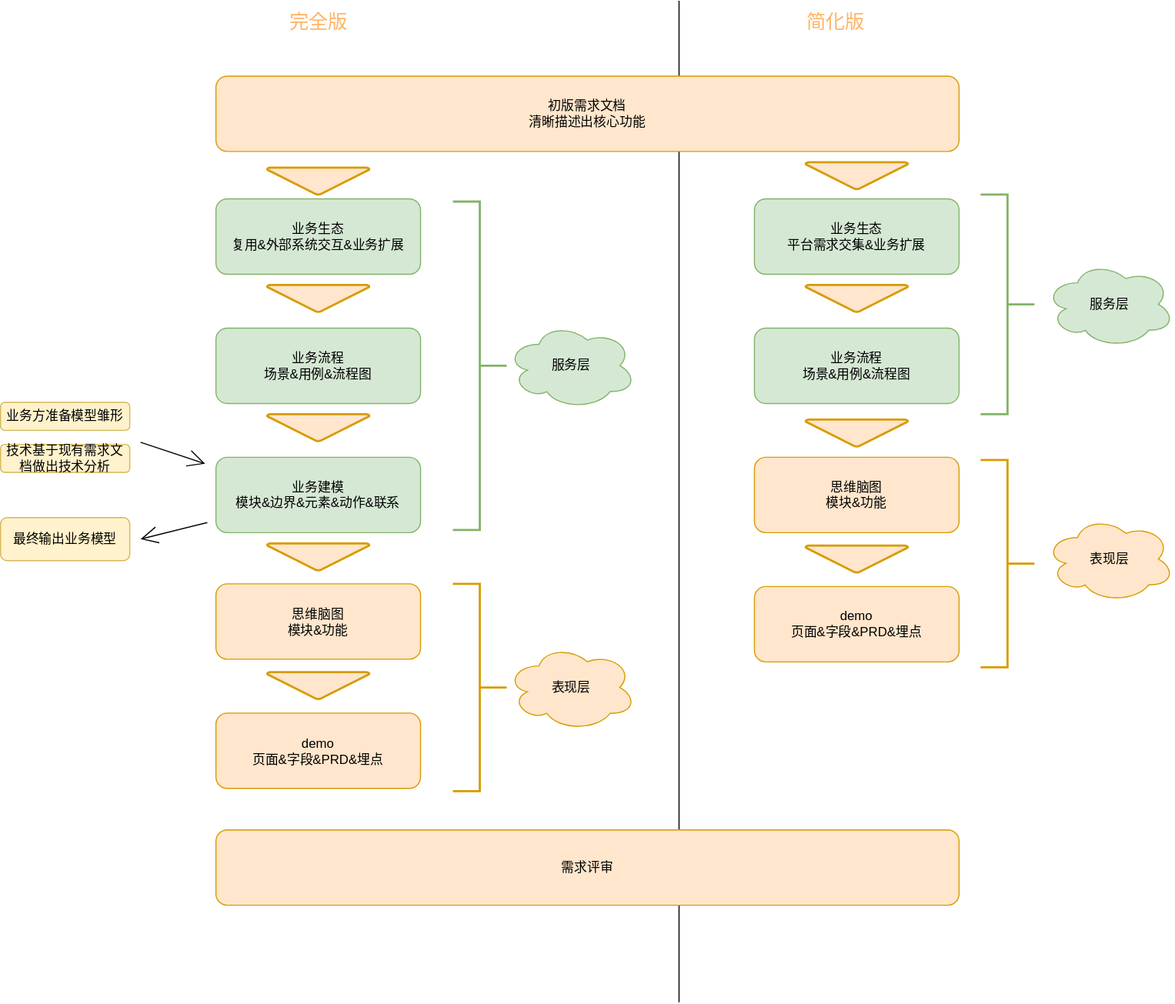
The draw.io diagram ddm.drawio.svg in fsdmp/diagrams, before a commit. Source tidied: cells renumbered, new cells last; positions are measured from the earlier drawing's top-left corner, leaving out a move shared by most shapes.
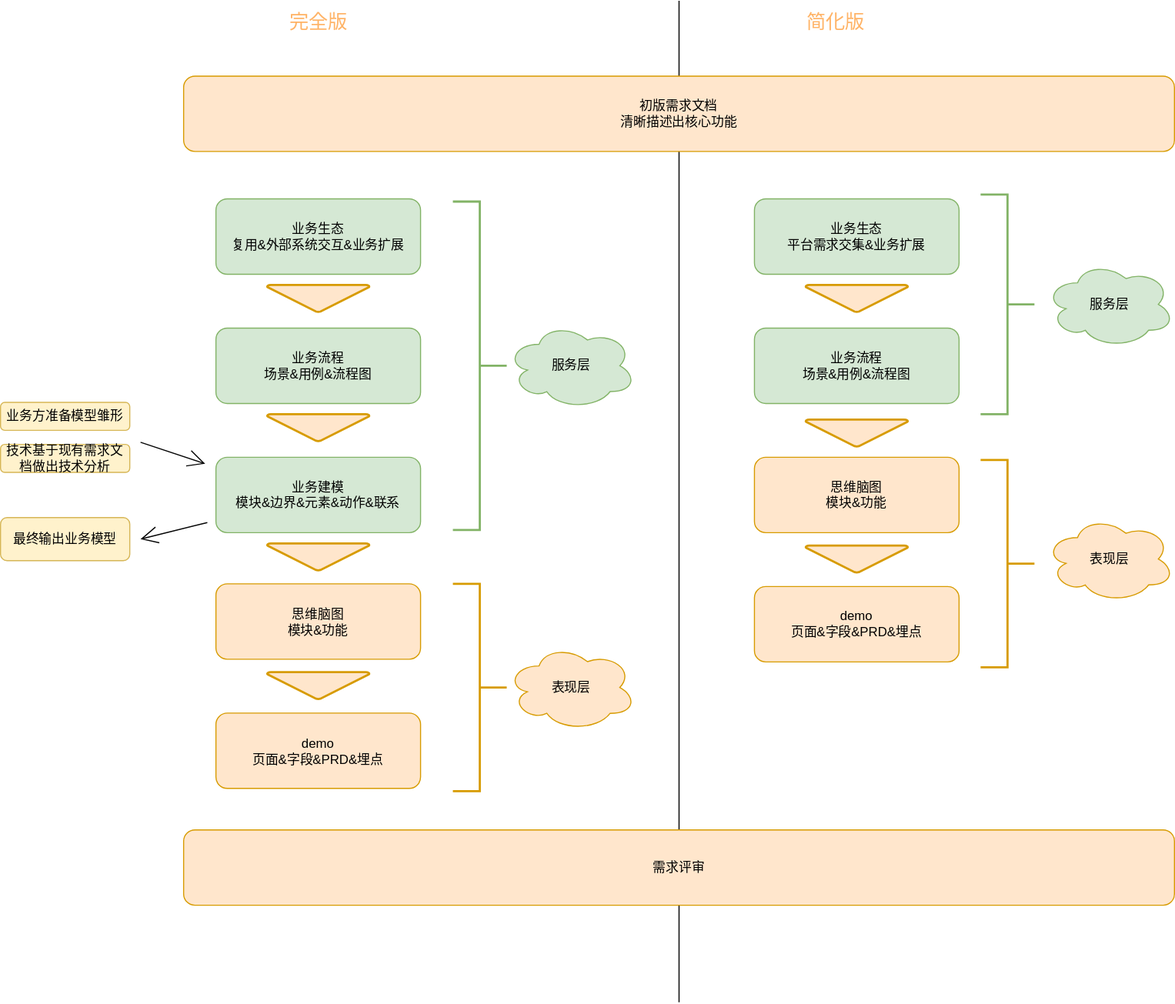
After the change.

Change to the diagram source:
```diff
@@ -92,14 +92,8 @@
       <mxGeometry x="910" y="180" width="50" height="204" as="geometry" />
     </mxCell>
     <mxCell id="30" value="初版需求文档&lt;br&gt;清晰描述出核心功能&lt;br&gt;" style="rounded=1;whiteSpace=wrap;html=1;hachureGap=4;fillColor=#ffe6cc;strokeColor=#d79b00;" parent="1" vertex="1">
-      <mxGeometry x="200" y="70" width="690" height="70" as="geometry" />
+      <mxGeometry x="170" y="70" width="920" height="70" as="geometry" />
     </mxCell>
-    <mxCell id="31" style="strokeWidth=2;html=1;shape=mxgraph.flowchart.merge_or_storage;whiteSpace=wrap;hachureGap=4;fillColor=#ffe6cc;strokeColor=#d79b00;" parent="1" vertex="1">
-      <mxGeometry x="247.5" y="155" width="95" height="25" as="geometry" />
-    </mxCell>
-    <mxCell id="32" style="strokeWidth=2;html=1;shape=mxgraph.flowchart.merge_or_storage;whiteSpace=wrap;hachureGap=4;fillColor=#ffe6cc;strokeColor=#d79b00;" parent="1" vertex="1">
-      <mxGeometry x="747.5" y="150" width="95" height="25" as="geometry" />
-    </mxCell>
     <mxCell id="33" style="edgeStyle=none;curved=1;rounded=0;orthogonalLoop=1;jettySize=auto;html=1;endArrow=open;startSize=14;endSize=14;sourcePerimeterSpacing=8;targetPerimeterSpacing=8;" parent="1" edge="1">
       <mxGeometry relative="1" as="geometry">
         <mxPoint x="130" y="410" as="sourcePoint" />
@@ -116,7 +110,7 @@
       <mxGeometry y="412" width="120" height="26" as="geometry" />
     </mxCell>
     <mxCell id="37" value="需求评审&lt;br&gt;" style="rounded=1;whiteSpace=wrap;html=1;hachureGap=4;fillColor=#ffe6cc;strokeColor=#d79b00;" parent="1" vertex="1">
-      <mxGeometry x="200" y="770" width="690" height="70" as="geometry" />
+      <mxGeometry x="170" y="770" width="920" height="70" as="geometry" />
     </mxCell>
   </root>
 </mxGraphModel>
```
